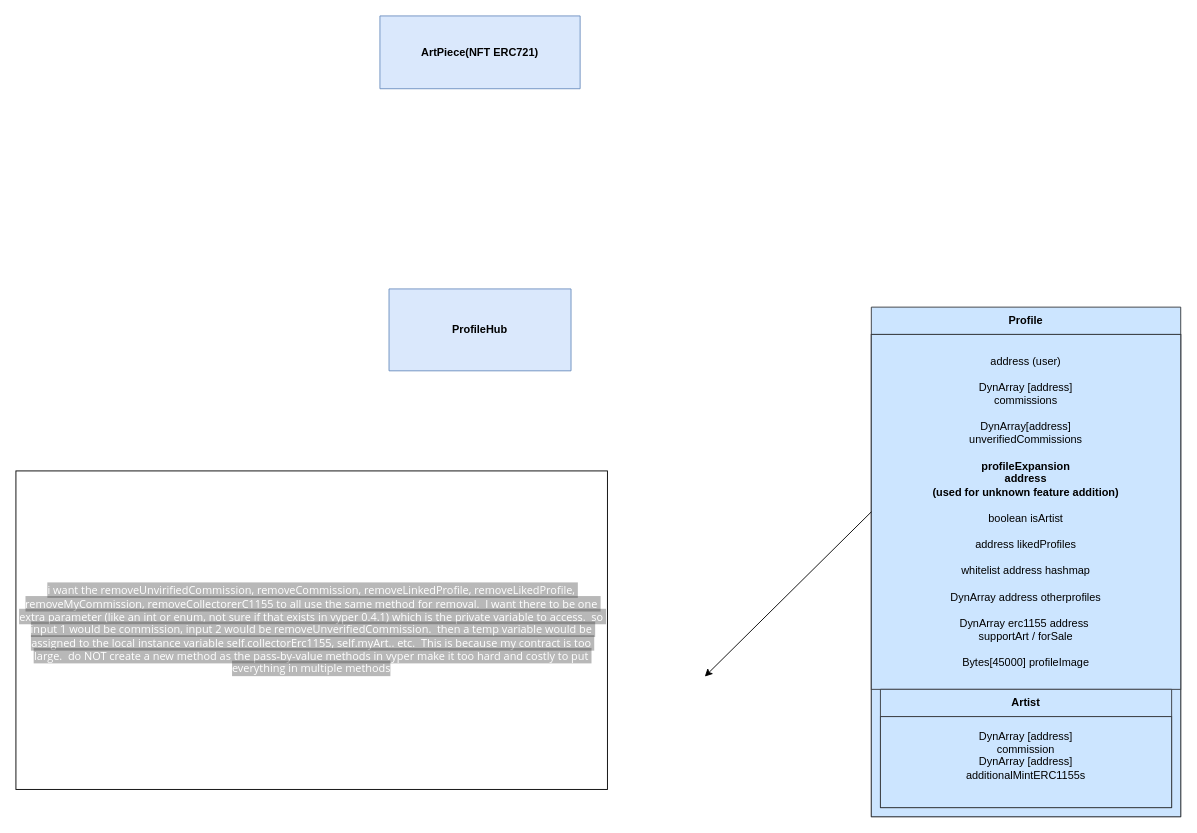
Before: page "Profile" (3 of 5) of documentation/Commission Art.drawio in andrewtheiss/CommissionArt, a draw.io diagram. Source tidied: cells renumbered, new cells numbered last; positions are measured from the earlier drawing's top-left corner, leaving out a move shared by most shapes. Both pictures are drawn from the tidied source at 91%, with x=0, y=0 at pixel (15, 15).
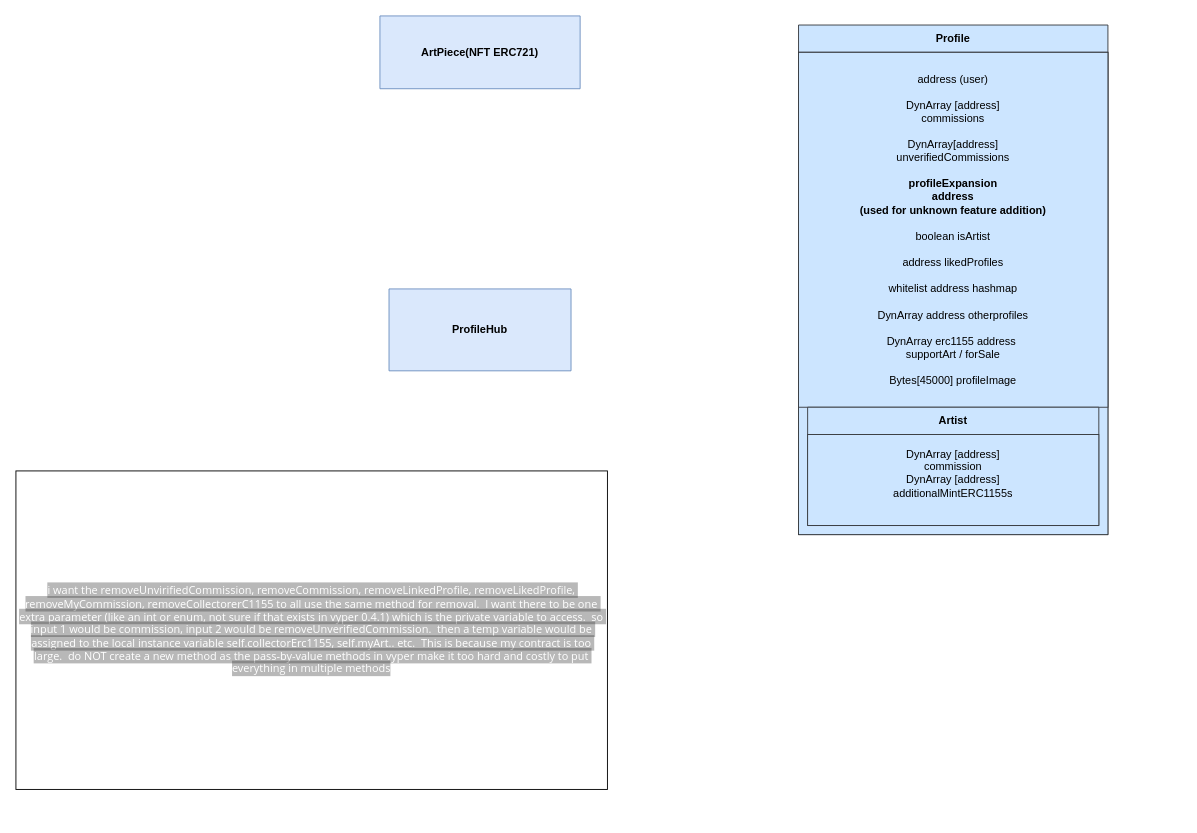
The same page after the edit.

What changed in the source:
```diff
@@
 <mxGraphModel>
   <root>
     <mxCell id="0" />
     <mxCell id="1" parent="0" />
     <mxCell id="2" value="ProfileHub" style="swimlane;whiteSpace=wrap;html=1;startSize=220;fillColor=#dae8fc;strokeColor=#6c8ebf;" parent="1" vertex="1">
       <mxGeometry x="410" y="300" width="200" height="90" as="geometry" />
     </mxCell>
     <mxCell id="3" value="Profile" style="swimlane;whiteSpace=wrap;html=1;startSize=30;fillColor=#cce5ff;strokeColor=#36393d;" parent="1" vertex="1">
-      <mxGeometry x="940" y="320" width="340" height="560" as="geometry" />
+      <mxGeometry x="860" y="10" width="340" height="560" as="geometry" />
     </mxCell>
     <mxCell id="4" value="&lt;div&gt;&lt;br&gt;&lt;/div&gt;" style="rounded=0;whiteSpace=wrap;html=1;fillColor=#cce5ff;strokeColor=#36393d;" parent="3" vertex="1">
       <mxGeometry y="30" width="340" height="530" as="geometry" />
     </mxCell>
     <mxCell id="5" value="&lt;div&gt;address (user)&lt;/div&gt;&lt;div&gt;&lt;br&gt;&lt;/div&gt;DynArray [address]&lt;div&gt;commissions&lt;/div&gt;&lt;div&gt;&lt;font style=&quot;color: light-dark(rgb(0, 0, 0), rgb(184, 25, 168));&quot;&gt;&lt;br&gt;&lt;/font&gt;&lt;/div&gt;&lt;div&gt;&lt;font&gt;DynArray[address]&lt;/font&gt;&lt;/div&gt;&lt;div&gt;&lt;font&gt;unverifiedCommissions&lt;/font&gt;&lt;/div&gt;&lt;div&gt;&lt;font style=&quot;color: light-dark(rgb(0, 0, 0), rgb(184, 25, 168));&quot;&gt;&lt;br&gt;&lt;/font&gt;&lt;/div&gt;&lt;div&gt;&lt;b&gt;&lt;font style=&quot;color: light-dark(rgb(0, 0, 0), rgb(184, 25, 168));&quot;&gt;profileExpansion&lt;/font&gt;&lt;/b&gt;&lt;/div&gt;&lt;div&gt;&lt;b&gt;&lt;font style=&quot;color: light-dark(rgb(0, 0, 0), rgb(184, 25, 168));&quot;&gt;address&lt;/font&gt;&lt;/b&gt;&lt;/div&gt;&lt;div&gt;&lt;b&gt;&lt;font style=&quot;color: light-dark(rgb(0, 0, 0), rgb(184, 25, 168));&quot;&gt;(used for unknown feature addition)&lt;/font&gt;&lt;/b&gt;&lt;/div&gt;&lt;div&gt;&lt;br&gt;&lt;/div&gt;&lt;div&gt;boolean isArtist&lt;/div&gt;&lt;div&gt;&lt;br&gt;&lt;/div&gt;&lt;div&gt;address likedProfiles&lt;/div&gt;&lt;div&gt;&lt;br&gt;&lt;/div&gt;&lt;div&gt;whitelist address hashmap&lt;/div&gt;&lt;div&gt;&lt;br&gt;&lt;/div&gt;&lt;div&gt;DynArray address otherprofiles&lt;/div&gt;&lt;div&gt;&lt;br&gt;&lt;/div&gt;&lt;div&gt;&lt;font style=&quot;color: light-dark(rgb(0, 0, 0), rgb(184, 25, 168));&quot;&gt;DynArray erc1155 address&amp;nbsp;&lt;/font&gt;&lt;/div&gt;&lt;div&gt;&lt;font style=&quot;color: light-dark(rgb(0, 0, 0), rgb(184, 25, 168));&quot;&gt;supportArt / forSale&lt;/font&gt;&lt;/div&gt;&lt;div&gt;&lt;br&gt;&lt;/div&gt;&lt;div&gt;Bytes[45000] profileImage&lt;/div&gt;" style="rounded=0;whiteSpace=wrap;html=1;fillColor=#cce5ff;strokeColor=#36393d;" parent="3" vertex="1">
       <mxGeometry y="30" width="340" height="390" as="geometry" />
     </mxCell>
     <mxCell id="6" value="Artist" style="swimlane;whiteSpace=wrap;html=1;startSize=30;fillColor=#cce5ff;strokeColor=#36393d;" parent="3" vertex="1">
       <mxGeometry x="10" y="420" width="320" height="130" as="geometry" />
     </mxCell>
     <mxCell id="7" value="DynArray [address]&lt;div&gt;commission&lt;/div&gt;&lt;div&gt;DynArray [address]&lt;/div&gt;&lt;div&gt;additionalMintERC1155s&lt;/div&gt;&lt;div&gt;&lt;br&gt;&lt;/div&gt;" style="rounded=0;whiteSpace=wrap;html=1;fillColor=#cce5ff;strokeColor=#36393d;" parent="3" vertex="1">
       <mxGeometry x="10" y="450" width="320" height="100" as="geometry" />
     </mxCell>
     <mxCell id="8" style="edgeStyle=orthogonalEdgeStyle;rounded=0;orthogonalLoop=1;jettySize=auto;html=1;exitX=0.5;exitY=1;exitDx=0;exitDy=0;" parent="3" edge="1" source="7" target="7">
       <mxGeometry relative="1" as="geometry" />
     </mxCell>
-    <mxCell id="9" style="endArrow=classic;html=1;rounded=0;exitX=0;exitY=0.5;exitDx=0;exitDy=0;entryX=0.985;entryY=0.422;entryDx=0;entryDy=0;entryPerimeter=0;" parent="1" edge="1" source="5">
-      <mxGeometry relative="1" as="geometry">
-        <mxPoint x="757" y="726" as="targetPoint" />
-      </mxGeometry>
-    </mxCell>
     <mxCell id="10" value="ArtPiece(NFT ERC721)" style="swimlane;whiteSpace=wrap;html=1;startSize=90;fillColor=#dae8fc;strokeColor=#6c8ebf;" parent="1" vertex="1">
       <mxGeometry x="400" width="220" height="80" as="geometry" />
     </mxCell>
     <mxCell id="11" value="&lt;span style=&quot;color: rgb(255, 255, 255); font-family: &amp;quot;Segoe WPC&amp;quot;, &amp;quot;Segoe UI&amp;quot;, sans-serif; text-align: start; white-space-collapse: preserve; background-color: rgba(42, 42, 42, 0.33);&quot;&gt;i want the removeUnvirifiedCommission, removeCommission, removeLinkedProfile, removeLikedProfile, removeMyCommission, removeCollectorerC1155 to all use the same method for removal.  I want there to be one extra parameter (like an int or enum, not sure if that exists in vyper 0.4.1) which is the private variable to access.  so input 1 would be commission, input 2 would be removeUnverifiedCommission.  then a temp variable would be assigned to the local instance variable self.collectorErc1155, self.myArt.. etc.  This is because my contract is too large.  do NOT create a new method as the pass-by-value methods in vyper make it too hard and costly to put everything in multiple methods&lt;/span&gt;" style="rounded=0;whiteSpace=wrap;html=1;" parent="1" vertex="1">
       <mxGeometry y="500" width="650" height="350" as="geometry" />
     </mxCell>
   </root>
 </mxGraphModel>
```
